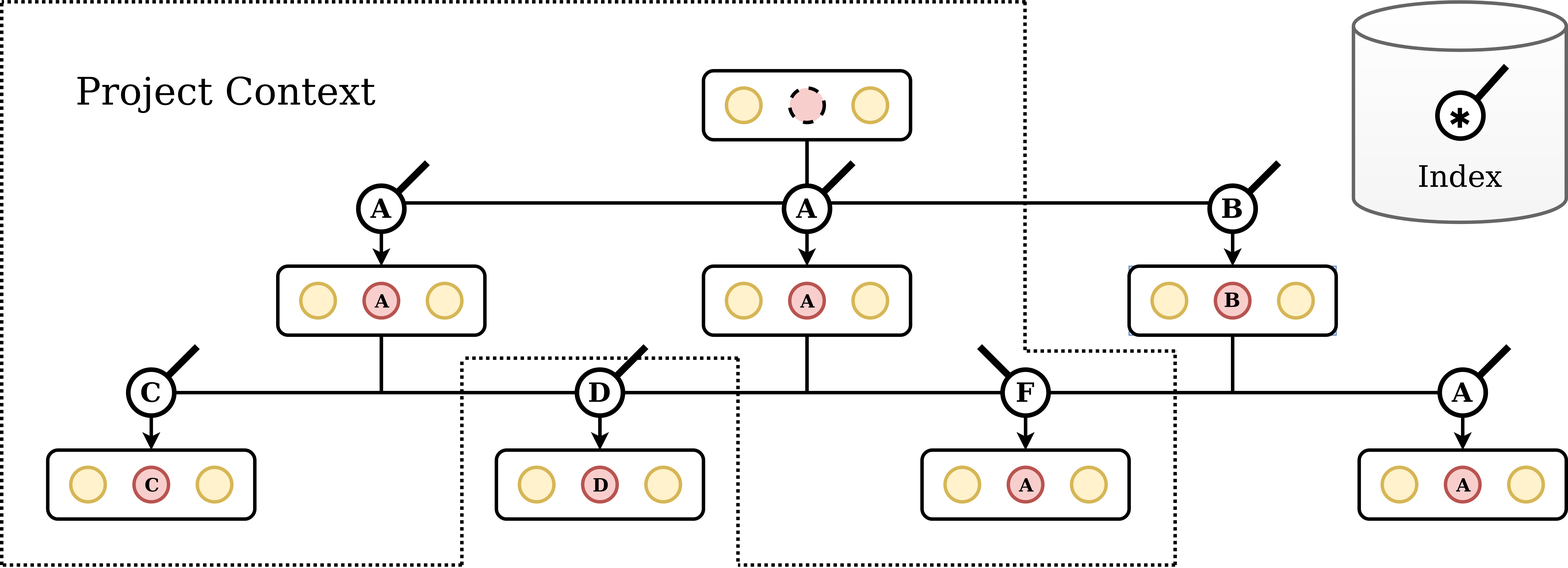
The draw.io diagram paperwork/research_proposal/architecture.png in breandan/breandan, before a commit. Source tidied: cells renumbered, new cells last; positions are measured from the earlier drawing's top-left corner, leaving out a move shared by most shapes.
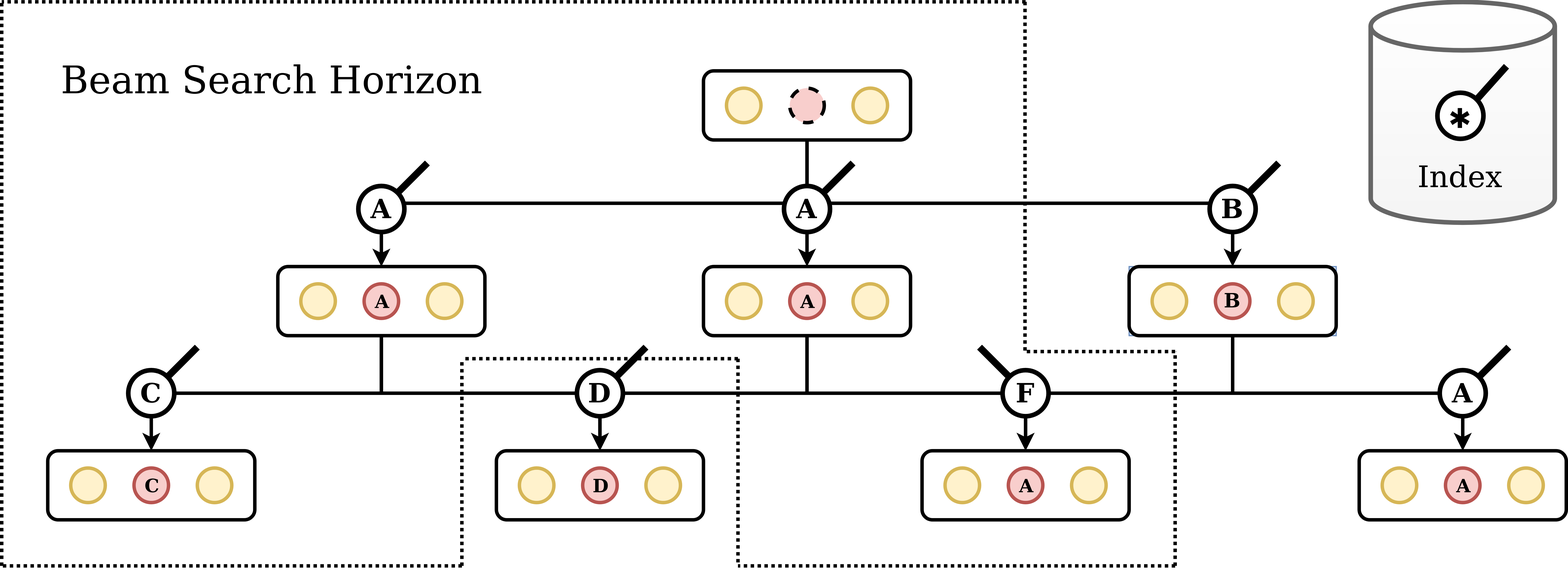
Above is the later version.

What changed in the source:
```diff
@@ -271,8 +271,8 @@
         <mxPoint x="1020" y="303.8" as="targetPoint" />
       </mxGeometry>
     </mxCell>
-    <mxCell id="82" value="&lt;div&gt;&lt;font style=&quot;font-size: 33px&quot; face=&quot;Tahoma&quot;&gt;Project Context&lt;/font&gt;&lt;/div&gt;" style="text;html=1;strokeColor=none;fillColor=none;align=center;verticalAlign=middle;whiteSpace=wrap;rounded=0;dashed=1;dashPattern=1 1;" parent="1" vertex="1">
-      <mxGeometry x="60" y="70" width="270" height="16.6" as="geometry" />
+    <mxCell id="82" value="&lt;div&gt;&lt;font style=&quot;font-size: 33px&quot; face=&quot;Tahoma&quot;&gt;Beam Search Horizon&lt;br&gt;&lt;/font&gt;&lt;/div&gt;" style="text;html=1;strokeColor=none;fillColor=none;align=center;verticalAlign=middle;whiteSpace=wrap;rounded=0;dashed=1;dashPattern=1 1;" parent="1" vertex="1">
+      <mxGeometry x="40" y="60" width="390" height="16.6" as="geometry" />
     </mxCell>
     <mxCell id="83" style="endArrow=none;dashed=1;html=1;dashPattern=1 1;strokeWidth=3;sketch=0;" parent="1" edge="1">
       <mxGeometry x="-220" y="-150" as="geometry">
@@ -304,8 +304,8 @@
         <mxPoint x="640" y="490" as="targetPoint" />
       </mxGeometry>
     </mxCell>
-    <mxCell id="88" style="shape=cylinder3;whiteSpace=wrap;html=1;boundedLbl=1;backgroundOutline=1;size=21;strokeColor=#666666;strokeWidth=3;fillColor=#f5f5f5;fontColor=#333333;gradientColor=#ffffff;gradientDirection=north;" parent="1" vertex="1">
-      <mxGeometry x="1175" y="0.2" width="185" height="191.7" as="geometry" />
+    <mxCell id="88" style="shape=cylinder3;whiteSpace=wrap;html=1;boundedLbl=1;backgroundOutline=1;size=21;strokeColor=#666666;strokeWidth=4;fillColor=#f5f5f5;fontColor=#333333;gradientColor=#ffffff;gradientDirection=north;" parent="1" vertex="1">
+      <mxGeometry x="1190" y="0.2" width="160" height="191.7" as="geometry" />
     </mxCell>
     <mxCell id="89" style="group;" parent="1" vertex="1">
       <mxGeometry x="1248" y="56" width="60" height="80" as="geometry" />
```
